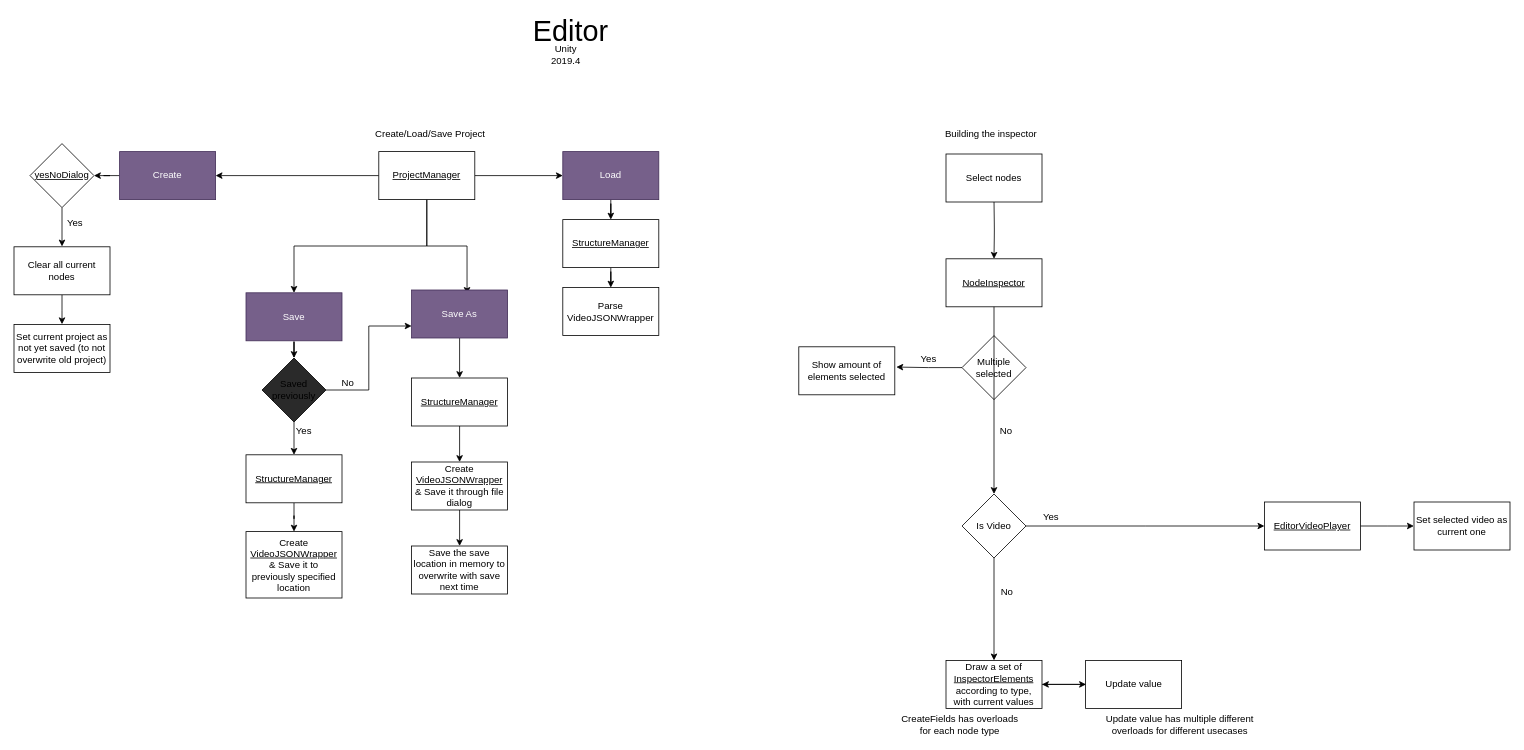
The draw.io diagram Assets/Drawio/Structure.drawio in 360ViSi/360ViSiEditor, before the edit. Source tidied: cells renumbered, new cells numbered last; positions are measured from the earlier drawing's top-left corner, leaving out a move shared by most shapes. Both pictures are drawn from the tidied source at 80%, with x=0, y=0 at pixel (14, 22).
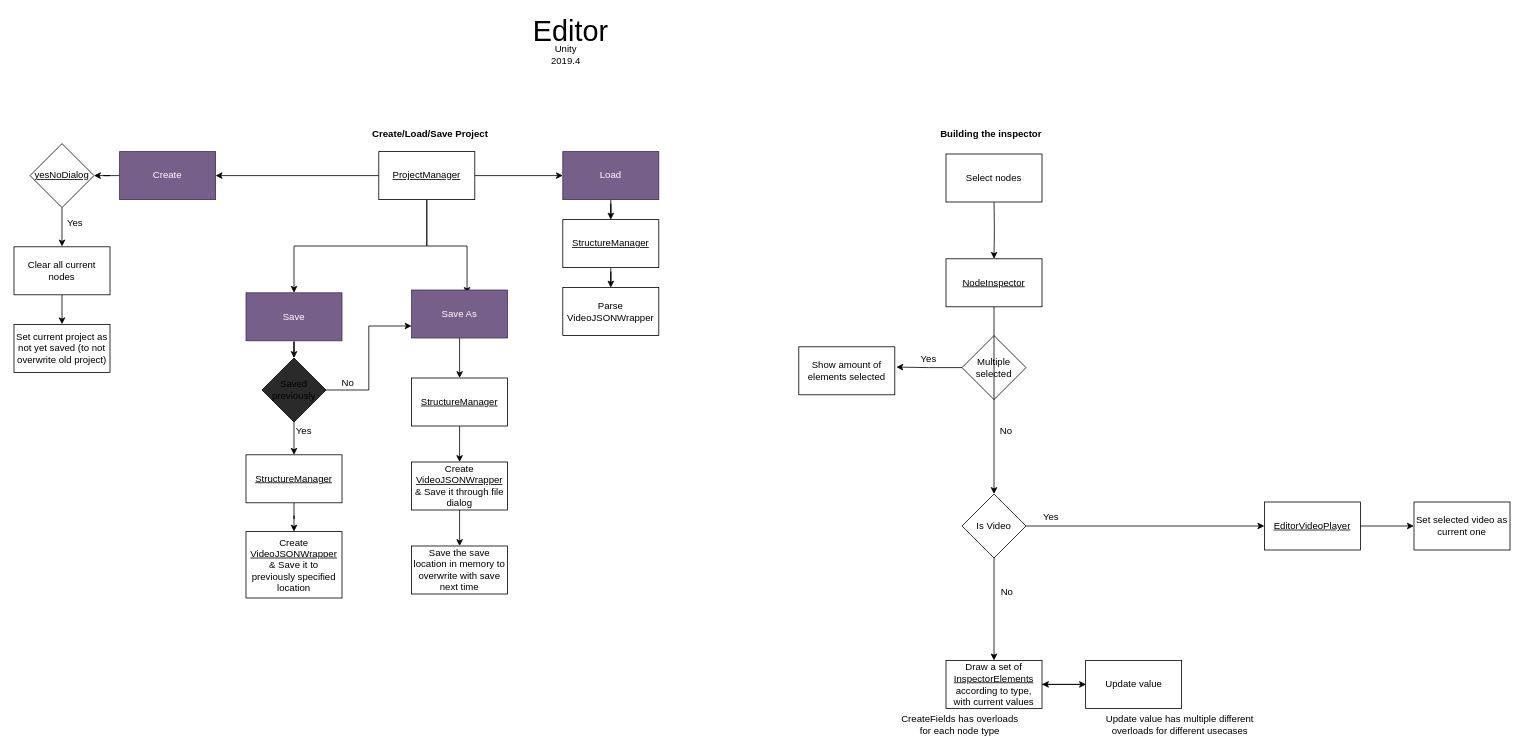
After the change.

The edit, as a diff of the source:
```diff
@@
-    <mxCell id="15" value="Building the inspector" style="text;html=1;align=center;verticalAlign=middle;" parent="1" vertex="1">
-      <mxGeometry x="1157.5" y="130" width="126" height="17" as="geometry" />
+    <mxCell id="15" value="Building the inspector" style="text;html=1;align=center;verticalAlign=middle;fontStyle=1;" parent="1" vertex="1">
+      <mxGeometry x="1152.5" y="130" width="137" height="18" as="geometry" />
     </mxCell>
@@
-    <mxCell id="26" value="Create/Load/Save Project" style="text;html=1;align=center;verticalAlign=middle;" parent="1" vertex="1">
-      <mxGeometry x="446" y="130" width="147" height="17" as="geometry" />
+    <mxCell id="26" value="Create/Load/Save Project" style="text;html=1;align=center;verticalAlign=middle;fontStyle=1;" parent="1" vertex="1">
+      <mxGeometry x="442" y="130" width="155" height="18" as="geometry" />
     </mxCell>
```
